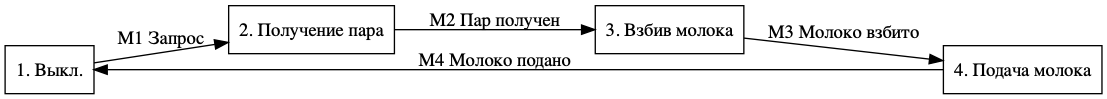
Above: lab_05/Состояния_взбиватель.png in bmstu-ics7/object-oriented-programming (Graphviz), before the change. Its source is kept beside it as lab_05/Состояния_взбиватель.gv.
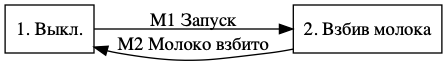
Later version of the same file.

Change to the diagram source:
```diff
@@ -2,12 +2,8 @@
     rankdir = LR
 
     off [shape=box, label="1. Выкл."]
-    cloud [shape=box, label="2. Получение пара"]
-    milk [shape=box, label="3. Взбив молока"]
-    give [shape=box, label="4. Подача молока"]
+    milk [shape=box, label="2. Взбив молока"]
 
-    off -> cloud [label="M1 Запрос"]
-    cloud -> milk [label="M2 Пар получен"]
-    milk -> give [label="M3 Молоко взбито"]
-    give -> off [label="M4 Молоко подано"]
+    off -> milk [label="M1 Запуск"]
+    milk -> off [label="M2 Молоко взбито"]
 }
```
